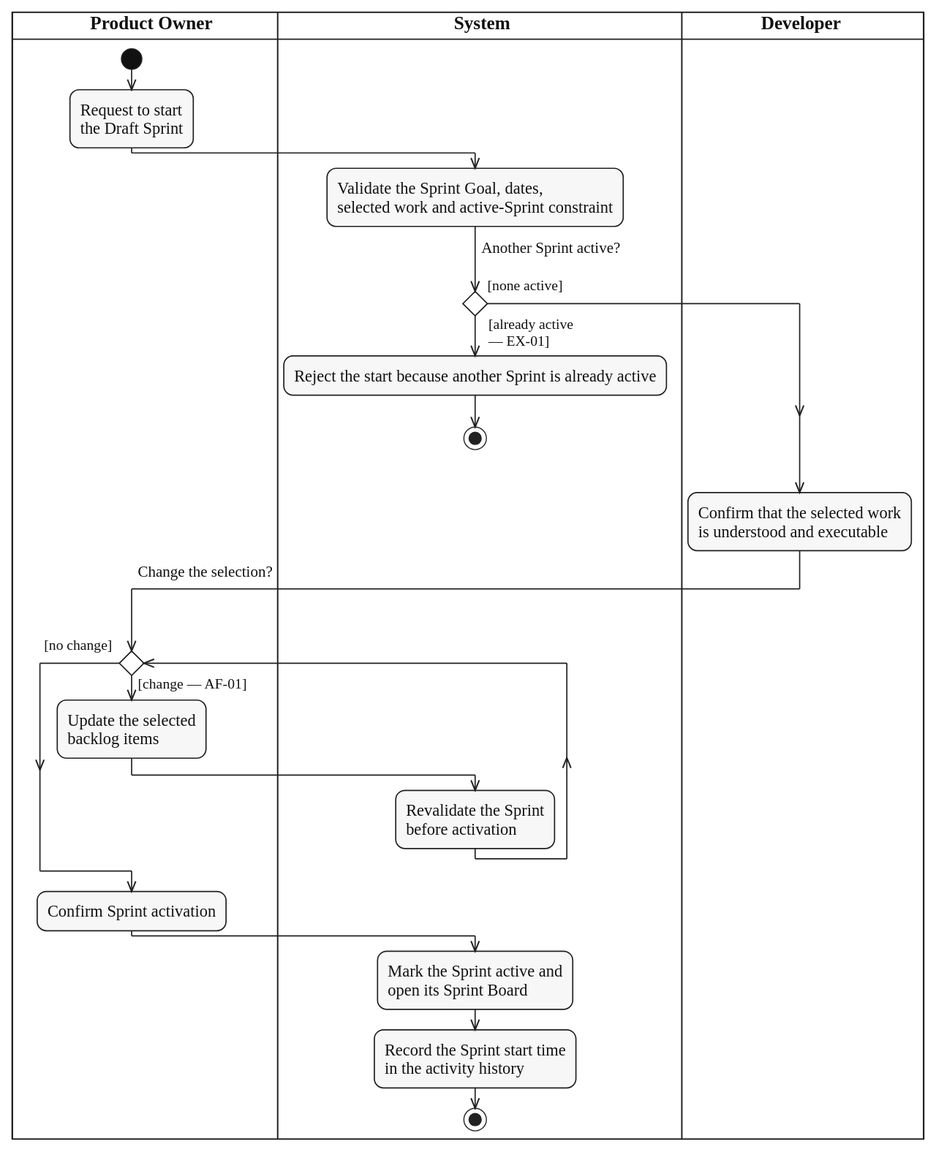
Earlier version of the PlantUML export diagrams/activity/sprint-management/svg/UC-SPRINT-START.svg (lukenab/swd392-doc-automation). Its source is kept beside it as diagrams/activity/sprint-management/source/UC-SPRINT-START.puml.
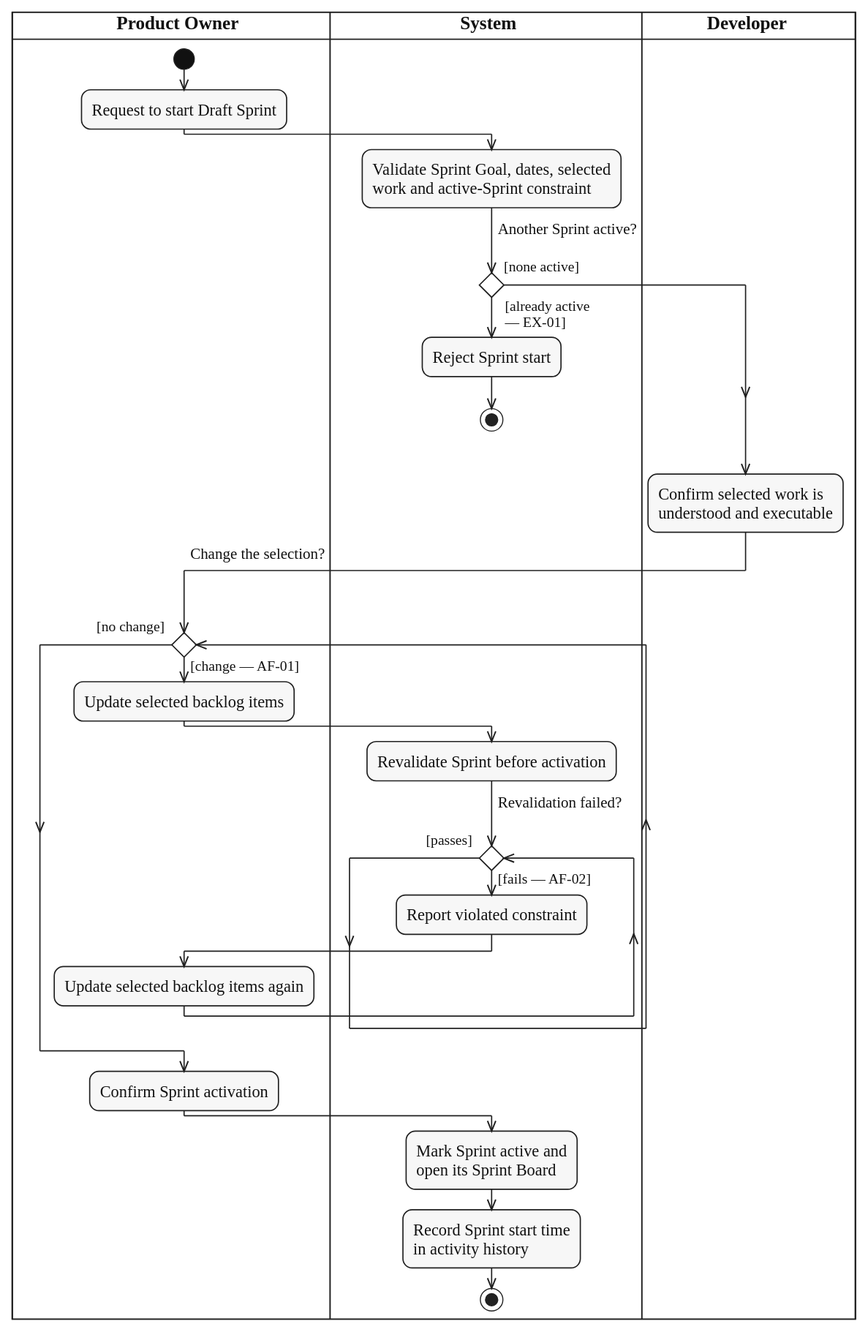
After the commit.

Commit message:
docs(activity): shorten labels in sprint-management diagrams

What changed in the source:
```diff
@@ -7,33 +7,36 @@
 
 |PRO|
 start
-:Request to start
-the Draft Sprint;
+:Request to start Draft Sprint;
 |SYS|
-:Validate the Sprint Goal, dates,
-selected work and active-Sprint constraint;
+:Validate Sprint Goal, dates, selected
+work and active-Sprint constraint;
 if ($question("Another Sprint active?")) then ($guard_left("[none active]"))
 else ($guard_right("[already active", "— EX-01]"))
-  :Reject the start because another Sprint is already active;
+  :Reject Sprint start;
   stop
 endif
 |DEV|
-:Confirm that the selected work
-is understood and executable;
+:Confirm selected work is
+understood and executable;
 |PRO|
 while ($question_x("Change the selection?")) is ($guard_left("[change — AF-01]"))
-  :Update the selected
-  backlog items;
+  :Update selected backlog items;
   |SYS|
-  :Revalidate the Sprint
-  before activation;
+  :Revalidate Sprint before activation;
+  while ($question("Revalidation failed?")) is ($guard_left("[fails — AF-02]"))
+    :Report violated constraint;
+    |PRO|
+    :Update selected backlog items again;
+    |SYS|
+  endwhile ($guard("[passes]"))
   |PRO|
 endwhile ($guard("[no change]"))
 :Confirm Sprint activation;
 |SYS|
-:Mark the Sprint active and
+:Mark Sprint active and
 open its Sprint Board;
-:Record the Sprint start time
-in the activity history;
+:Record Sprint start time
+in activity history;
 stop
 @enduml
```
